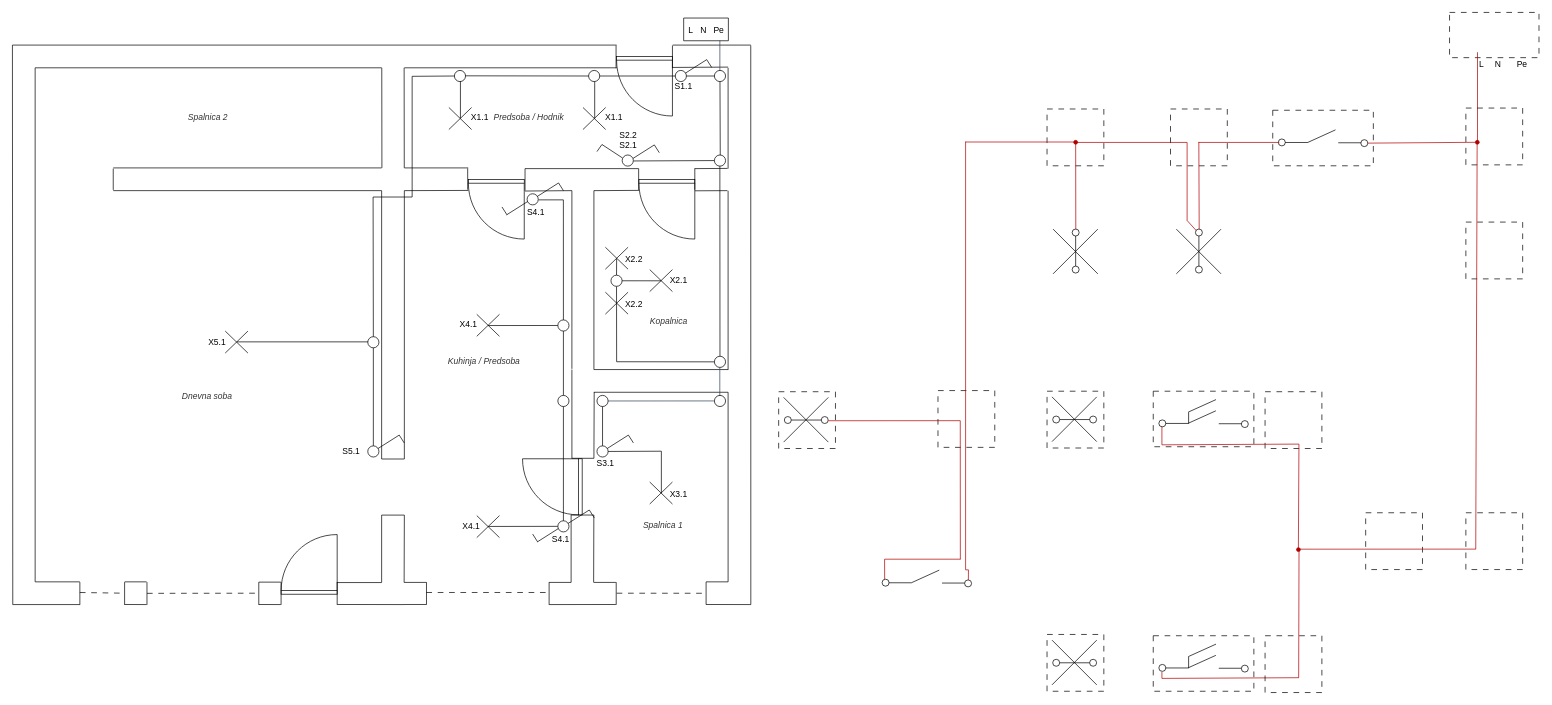
This is Flat.drawio from Pino-Tortellino/Implementation-Schemes, a draw.io file, before an edit. Source tidied: cells renumbered, new cells numbered last; positions are measured from the earlier drawing's top-left corner, leaving out a move shared by most shapes. Both pictures are drawn from the tidied source at 71%, with x=0, y=0 at pixel (12, 12).
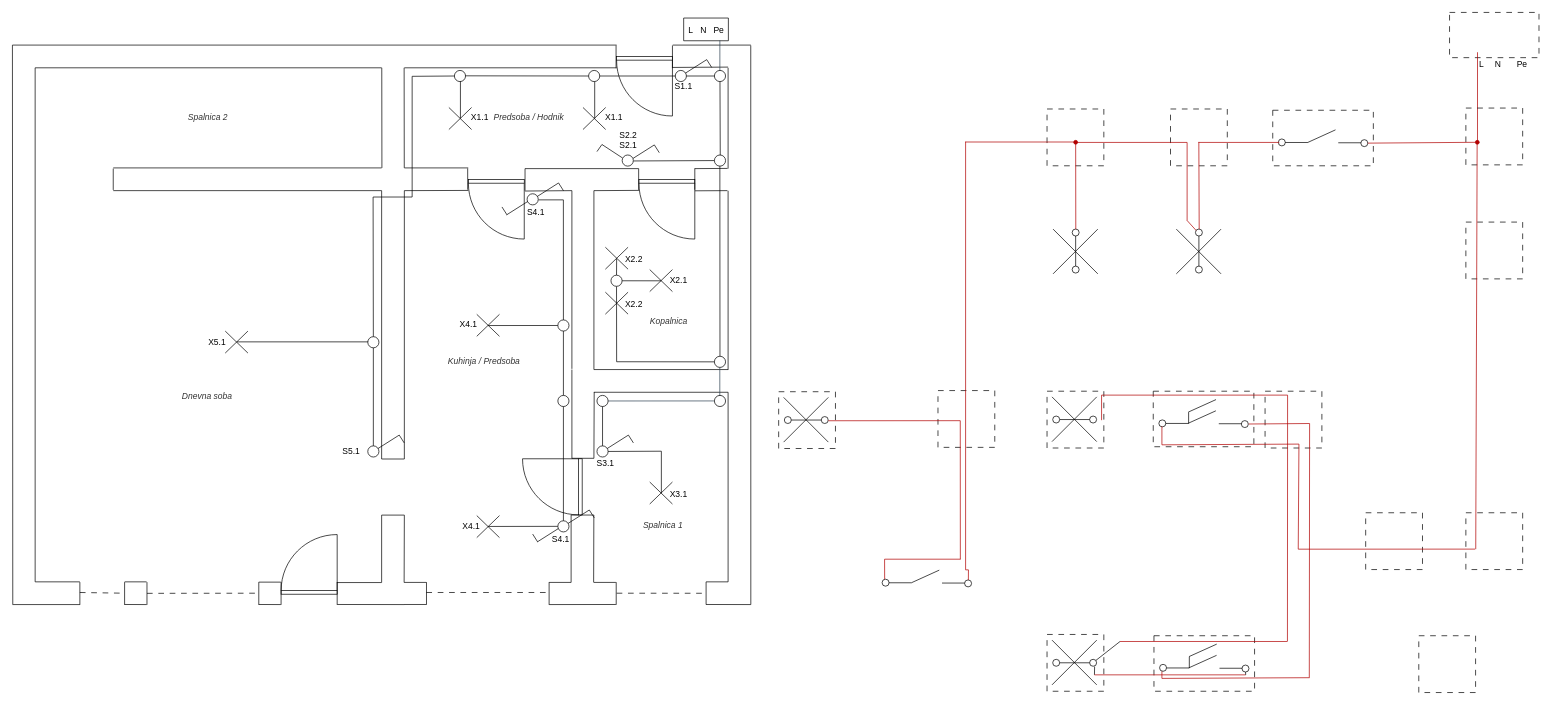
Above is the later version.

The change refers to these unchanged cells:
```xml
<mxCell id="237" style="group;rotation=90;" parent="1" vertex="1">
  <mxGeometry x="1457.2" y="533.5" width="80" height="80" as="geometry" />
</mxCell>
<mxCell id="244" style="group;rotation=90;" parent="1" vertex="1">
  <mxGeometry x="1457.2" y="876.1" width="80" height="80" as="geometry" />
</mxCell>
```

What changed in the source:
```diff
@@
+    <mxCell id="300" style="endArrow=none;html=1;rounded=0;fillColor=#e51400;strokeColor=light-dark(#B20000,#FF1200);" parent="237" edge="1">
+      <mxGeometry relative="1" as="geometry">
+        <mxPoint x="76.8" y="40.8" as="sourcePoint" />
+        <mxPoint x="76.8" y="5.5" as="targetPoint" />
+      </mxGeometry>
+    </mxCell>
@@
-    <mxCell id="251" style="group;" parent="1" vertex="1">
-      <mxGeometry x="1606.8" y="877.9" width="141.7" height="78.2" as="geometry" />
-    </mxCell>
-    <mxCell id="252" style="endArrow=none;html=1;rounded=0;" parent="251" edge="1">
-      <mxGeometry relative="1" as="geometry">
-        <mxPoint x="17.5" y="45.4" as="sourcePoint" />
-        <mxPoint x="49.5" y="45.4" as="targetPoint" />
-      </mxGeometry>
-    </mxCell>
-    <mxCell id="253" style="endArrow=none;html=1;rounded=0;" parent="251" edge="1">
-      <mxGeometry relative="1" as="geometry">
-        <mxPoint x="49.4" y="29.4" as="sourcePoint" />
-        <mxPoint x="88.4" y="11.8" as="targetPoint" />
-      </mxGeometry>
-    </mxCell>
-    <mxCell id="254" style="endArrow=none;html=1;rounded=0;" parent="251" edge="1">
-      <mxGeometry relative="1" as="geometry">
-        <mxPoint x="92.3" y="45.8" as="sourcePoint" />
-        <mxPoint x="124.3" y="45.8" as="targetPoint" />
-      </mxGeometry>
-    </mxCell>
-    <mxCell id="255" style="ellipse;whiteSpace=wrap;html=1;fillColor=none;" parent="251" vertex="1">
-      <mxGeometry x="7.9" y="40.4" width="9.8" height="9.8" as="geometry" />
-    </mxCell>
-    <mxCell id="256" style="ellipse;whiteSpace=wrap;html=1;fillColor=none;" parent="251" vertex="1">
-      <mxGeometry x="124.1" y="41.4" width="9.8" height="9.8" as="geometry" />
-    </mxCell>
-    <mxCell id="257" style="endArrow=none;html=1;rounded=0;" parent="251" edge="1">
-      <mxGeometry relative="1" as="geometry">
-        <mxPoint x="49.2" y="45.2" as="sourcePoint" />
-        <mxPoint x="88.2" y="27.6" as="targetPoint" />
-      </mxGeometry>
-    </mxCell>
-    <mxCell id="258" style="endArrow=none;html=1;rounded=0;" parent="251" edge="1">
-      <mxGeometry relative="1" as="geometry">
-        <mxPoint x="49.8" y="45.6" as="sourcePoint" />
-        <mxPoint x="49.8" y="29.6" as="targetPoint" />
-      </mxGeometry>
-    </mxCell>
-    <mxCell id="259" style="group;" parent="251" vertex="1">
-      <mxGeometry width="141.7" height="78.2" as="geometry" />
-    </mxCell>
-    <mxCell id="260" style="rounded=0;whiteSpace=wrap;html=1;fillColor=none;dashed=1;dashPattern=8 8;" parent="259" vertex="1">
-      <mxGeometry width="141.7" height="78.2" as="geometry" />
-    </mxCell>
-    <mxCell id="261" style="endArrow=none;html=1;rounded=0;fillColor=#e51400;strokeColor=light-dark(#B20000,#FF1200);" parent="259" edge="1">
-      <mxGeometry relative="1" as="geometry">
-        <mxPoint x="12.2" y="60.1" as="sourcePoint" />
-        <mxPoint x="205.2" y="59.1" as="targetPoint" />
-      </mxGeometry>
-    </mxCell>
+    <mxCell id="301" style="endArrow=none;html=1;rounded=0;strokeColor=light-dark(#000000,#FF0000);" parent="244" edge="1">
+      <mxGeometry relative="1" as="geometry">
+        <mxPoint x="68.9" y="36.5" as="sourcePoint" />
+        <mxPoint x="102.8" y="9.9" as="targetPoint" />
+      </mxGeometry>
+    </mxCell>
+    <mxCell id="302" style="endArrow=none;html=1;rounded=0;strokeColor=light-dark(#000000,#FF0000);" parent="244" edge="1">
+      <mxGeometry relative="1" as="geometry">
+        <mxPoint x="66.8" y="56.9" as="sourcePoint" />
+        <mxPoint x="67" y="45.2" as="targetPoint" />
+      </mxGeometry>
+    </mxCell>
@@
     <mxCell id="289" style="endArrow=none;html=1;rounded=0;fillColor=#e51400;strokeColor=light-dark(#B20000,#FF1200);" parent="1" edge="1">
       <mxGeometry relative="1" as="geometry">
-        <mxPoint x="1812" y="756" as="sourcePoint" />
-        <mxPoint x="2061.1" y="755.9" as="targetPoint" />
+        <mxPoint x="1811" y="756" as="sourcePoint" />
+        <mxPoint x="2060.1" y="755.9" as="targetPoint" />
       </mxGeometry>
     </mxCell>
     <mxCell id="290" style="whiteSpace=wrap;html=1;fillColor=none;dashed=1;dashPattern=8 8;" parent="1" vertex="1">
-      <mxGeometry x="1764.3" y="534.2" width="80" height="80" as="geometry" />
+      <mxGeometry x="1764.3" y="533.5" width="80" height="80" as="geometry" />
     </mxCell>
     <mxCell id="291" style="whiteSpace=wrap;html=1;fillColor=none;dashed=1;dashPattern=8 8;" parent="1" vertex="1">
-      <mxGeometry x="1764.3" y="877.9" width="80" height="80" as="geometry" />
+      <mxGeometry x="1980.8" y="877.9" width="80" height="80" as="geometry" />
     </mxCell>
@@
-    <mxCell id="294" style="ellipse;whiteSpace=wrap;html=1;fillColor=light-dark(#B20000,#FF1200);strokeColor=light-dark(#B20000,#FF1200);" parent="1" vertex="1">
-      <mxGeometry x="1808.6" y="753.9" width="5.4" height="5.4" as="geometry" />
-    </mxCell>
-    <mxCell id="295" style="endArrow=none;html=1;rounded=0;fillColor=#e51400;strokeColor=light-dark(#B20000,#FF1200);exitX=0.476;exitY=0.253;exitDx=0;exitDy=0;exitPerimeter=0;" parent="1" edge="1">
+    <mxCell id="295" style="endArrow=none;html=1;rounded=0;fillColor=#e51400;strokeColor=light-dark(#B20000,#FF1200);" parent="1" edge="1">
       <mxGeometry relative="1" as="geometry">
-        <mxPoint x="1811.2" y="757.3" as="sourcePoint" />
+        <mxPoint x="1811" y="756" as="sourcePoint" />
         <mxPoint x="1812" y="608" as="targetPoint" />
       </mxGeometry>
     </mxCell>
@@
-    <mxCell id="298" style="endArrow=none;html=1;rounded=0;fillColor=#e51400;strokeColor=light-dark(#B20000,#FF1200);exitX=0.476;exitY=0.253;exitDx=0;exitDy=0;exitPerimeter=0;entryX=0.652;entryY=0.588;entryDx=0;entryDy=0;entryPerimeter=0;" parent="1" edge="1" target="294">
+    <mxCell id="298" style="endArrow=none;html=1;rounded=0;fillColor=#e51400;strokeColor=light-dark(#B20000,#FF1200);exitX=0.476;exitY=0.253;exitDx=0;exitDy=0;exitPerimeter=0;" parent="1" edge="1">
       <mxGeometry relative="1" as="geometry">
-        <mxPoint x="1811.6" y="936.9" as="sourcePoint" />
+        <mxPoint x="1826.6" y="936.9" as="sourcePoint" />
+        <mxPoint x="1827" y="579" as="targetPoint" />
       </mxGeometry>
     </mxCell>
     <mxCell id="299" style="endArrow=none;html=1;rounded=0;fillColor=#e51400;strokeColor=light-dark(#B20000,#FF1200);" parent="1" edge="1">
       <mxGeometry relative="1" as="geometry">
         <mxPoint x="1619" y="938" as="sourcePoint" />
-        <mxPoint x="1619" y="929" as="targetPoint" />
+        <mxPoint x="1619" y="928" as="targetPoint" />
       </mxGeometry>
     </mxCell>
+    <mxCell id="303" style="endArrow=none;html=1;rounded=0;fillColor=#e51400;strokeColor=light-dark(#B20000,#FF1200);" parent="1" edge="1">
+      <mxGeometry relative="1" as="geometry">
+        <mxPoint x="1741.3" y="579.7" as="sourcePoint" />
+        <mxPoint x="1827" y="579" as="targetPoint" />
+      </mxGeometry>
+    </mxCell>
+    <mxCell id="252" style="endArrow=none;html=1;rounded=0;" parent="1" edge="1">
+      <mxGeometry relative="1" as="geometry">
+        <mxPoint x="1625.3" y="923.3" as="sourcePoint" />
+        <mxPoint x="1657.3" y="923.3" as="targetPoint" />
+      </mxGeometry>
+    </mxCell>
+    <mxCell id="253" style="endArrow=none;html=1;rounded=0;" parent="1" edge="1">
+      <mxGeometry relative="1" as="geometry">
+        <mxPoint x="1657.2" y="907.3" as="sourcePoint" />
+        <mxPoint x="1696.2" y="889.7" as="targetPoint" />
+      </mxGeometry>
+    </mxCell>
+    <mxCell id="254" style="endArrow=none;html=1;rounded=0;" parent="1" edge="1">
+      <mxGeometry relative="1" as="geometry">
+        <mxPoint x="1700.1" y="923.7" as="sourcePoint" />
+        <mxPoint x="1732.1" y="923.7" as="targetPoint" />
+      </mxGeometry>
+    </mxCell>
+    <mxCell id="255" style="ellipse;whiteSpace=wrap;html=1;fillColor=none;" parent="1" vertex="1">
+      <mxGeometry x="1615.7" y="918.2" width="9.8" height="9.8" as="geometry" />
+    </mxCell>
+    <mxCell id="256" style="ellipse;whiteSpace=wrap;html=1;fillColor=none;" parent="1" vertex="1">
+      <mxGeometry x="1731.8" y="919.2" width="9.8" height="9.8" as="geometry" />
+    </mxCell>
+    <mxCell id="257" style="endArrow=none;html=1;rounded=0;" parent="1" edge="1">
+      <mxGeometry relative="1" as="geometry">
+        <mxPoint x="1657" y="923.1" as="sourcePoint" />
+        <mxPoint x="1696" y="905.5" as="targetPoint" />
+      </mxGeometry>
+    </mxCell>
+    <mxCell id="258" style="endArrow=none;html=1;rounded=0;" parent="1" edge="1">
+      <mxGeometry relative="1" as="geometry">
+        <mxPoint x="1657.6" y="923.5" as="sourcePoint" />
+        <mxPoint x="1657.6" y="907.5" as="targetPoint" />
+      </mxGeometry>
+    </mxCell>
+    <mxCell id="260" style="rounded=0;whiteSpace=wrap;html=1;fillColor=none;dashed=1;dashPattern=8 8;" parent="1" vertex="1">
+      <mxGeometry x="1607.8" y="877.9" width="141.7" height="78.2" as="geometry" />
+    </mxCell>
+    <mxCell id="261" style="endArrow=none;html=1;rounded=0;fillColor=#e51400;strokeColor=light-dark(#B20000,#FF1200);" parent="1" edge="1">
+      <mxGeometry relative="1" as="geometry">
+        <mxPoint x="1619" y="938" as="sourcePoint" />
+        <mxPoint x="1827" y="937" as="targetPoint" />
+      </mxGeometry>
+    </mxCell>
+    <mxCell id="304" style="endArrow=none;html=1;rounded=0;fillColor=#e51400;strokeColor=light-dark(#B20000,#FF1200);" parent="1" edge="1">
+      <mxGeometry relative="1" as="geometry">
+        <mxPoint x="1560" y="886" as="sourcePoint" />
+        <mxPoint x="1796" y="886" as="targetPoint" />
+      </mxGeometry>
+    </mxCell>
+    <mxCell id="305" style="endArrow=none;html=1;rounded=0;fillColor=#e51400;strokeColor=light-dark(#B20000,#FF1200);exitX=0.476;exitY=0.253;exitDx=0;exitDy=0;exitPerimeter=0;" parent="1" edge="1">
+      <mxGeometry relative="1" as="geometry">
+        <mxPoint x="1795.8" y="885.4" as="sourcePoint" />
+        <mxPoint x="1796" y="539" as="targetPoint" />
+      </mxGeometry>
+    </mxCell>
+    <mxCell id="306" style="endArrow=none;html=1;rounded=0;fillColor=#e51400;strokeColor=light-dark(#B20000,#FF1200);" parent="1" edge="1">
+      <mxGeometry relative="1" as="geometry">
+        <mxPoint x="1524" y="933" as="sourcePoint" />
+        <mxPoint x="1737" y="933" as="targetPoint" />
+      </mxGeometry>
+    </mxCell>
+    <mxCell id="307" style="endArrow=none;html=1;rounded=0;strokeColor=light-dark(#000000,#FF0000);" parent="1" edge="1">
+      <mxGeometry relative="1" as="geometry">
+        <mxPoint x="1737" y="933" as="sourcePoint" />
+        <mxPoint x="1736.8" y="929.1" as="targetPoint" />
+      </mxGeometry>
+    </mxCell>
+    <mxCell id="308" style="endArrow=none;html=1;rounded=0;fillColor=#e51400;strokeColor=light-dark(#B20000,#FF1200);" parent="1" edge="1">
+      <mxGeometry relative="1" as="geometry">
+        <mxPoint x="1534" y="539" as="sourcePoint" />
+        <mxPoint x="1796" y="539" as="targetPoint" />
+      </mxGeometry>
+    </mxCell>
```
